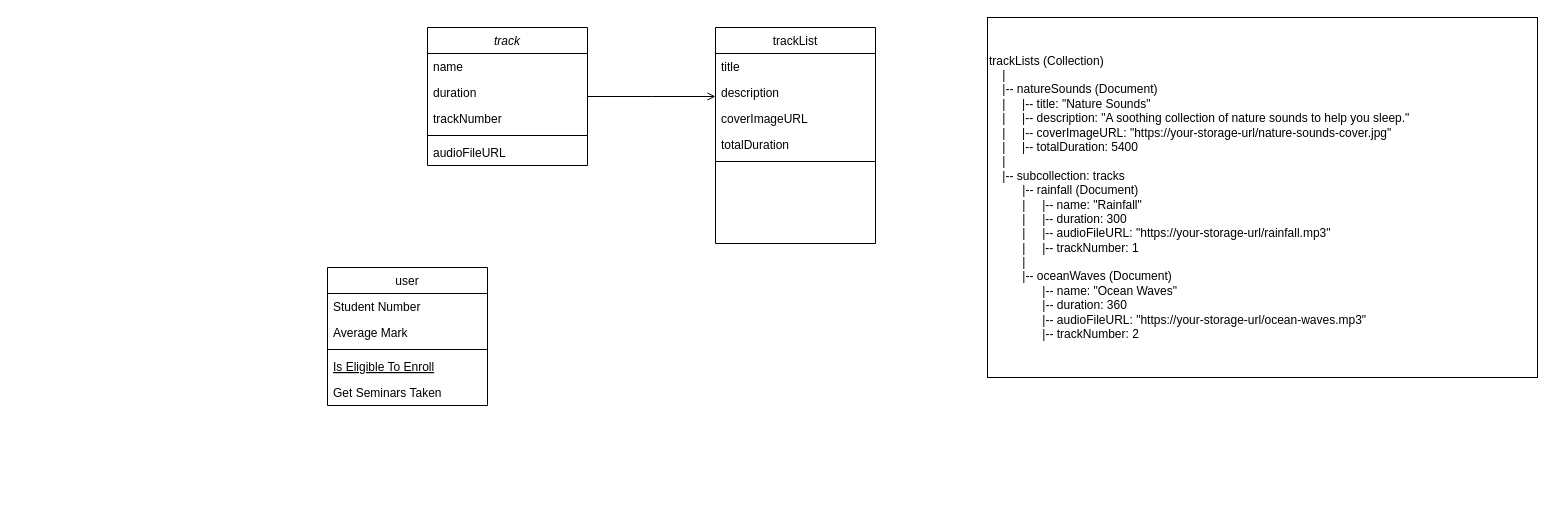
Before: sleepie.drawio in leantom/sleepMusic, a draw.io diagram. Source tidied: cells renumbered, new cells numbered last; positions are measured from the earlier drawing's top-left corner, leaving out a move shared by most shapes. Both pictures are drawn from the tidied source at 100%, with x=0, y=0 at pixel (327, 17).
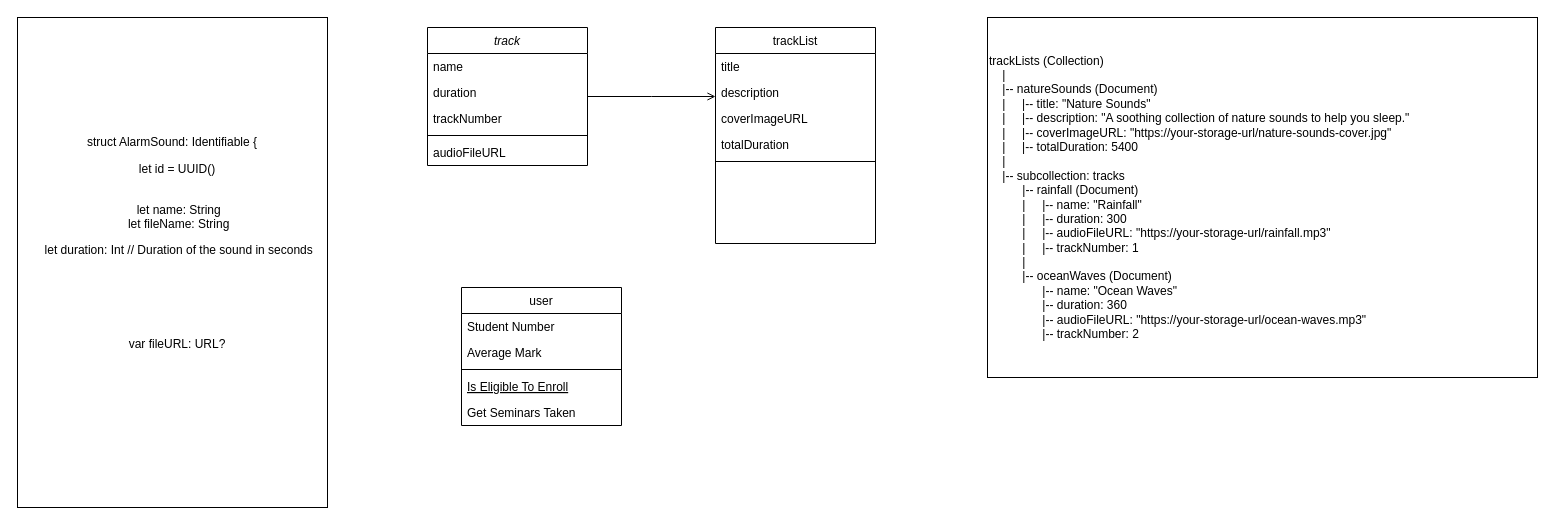
The same page after the edit.

The edit, as a diff of the source:
```diff
@@
     <mxCell id="8" value="user" style="swimlane;fontStyle=0;align=center;verticalAlign=top;horizontal=1;startSize=26;rounded=0;shadow=0;strokeWidth=1;" parent="1" vertex="1">
-      <mxGeometry y="250" width="160" height="138" as="geometry" />
+      <mxGeometry x="134" y="270" width="160" height="138" as="geometry" />
     </mxCell>
@@
+    <mxCell id="22" value="&lt;br&gt;&lt;span class=&quot;s1&quot;&gt;struct&lt;/span&gt; AlarmSound: Identifiable {&lt;br&gt;&lt;p class=&quot;p2&quot;&gt;&lt;span class=&quot;s2&quot;&gt;&lt;span class=&quot;Apple-converted-space&quot;&gt;&amp;nbsp; &amp;nbsp; &lt;/span&gt;&lt;/span&gt;&lt;span class=&quot;s1&quot;&gt;let&lt;/span&gt;&lt;span class=&quot;s2&quot;&gt; id = &lt;/span&gt;&lt;span class=&quot;s3&quot;&gt;UUID&lt;/span&gt;&lt;span class=&quot;s2&quot;&gt;()&amp;nbsp;&lt;/span&gt;&lt;/p&gt;&lt;br&gt;&lt;span class=&quot;Apple-converted-space&quot;&gt;&amp;nbsp; &amp;nbsp; &lt;/span&gt;&lt;span class=&quot;s1&quot;&gt;let&lt;/span&gt; name: &lt;span class=&quot;s3&quot;&gt;String&lt;/span&gt;&lt;br&gt;&lt;span class=&quot;Apple-converted-space&quot;&gt;&amp;nbsp; &amp;nbsp; &lt;/span&gt;&lt;span class=&quot;s1&quot;&gt;let&lt;/span&gt; fileName: &lt;span class=&quot;s3&quot;&gt;String&lt;/span&gt;&lt;br&gt;&lt;p class=&quot;p2&quot;&gt;&lt;span class=&quot;s2&quot;&gt;&lt;span class=&quot;Apple-converted-space&quot;&gt;&amp;nbsp; &amp;nbsp; &lt;/span&gt;&lt;/span&gt;&lt;span class=&quot;s1&quot;&gt;let&lt;/span&gt;&lt;span class=&quot;s2&quot;&gt; duration: &lt;/span&gt;&lt;span class=&quot;s3&quot;&gt;Int&lt;/span&gt;&lt;span class=&quot;s2&quot;&gt; &lt;/span&gt;// Duration of the sound in seconds&lt;/p&gt;&lt;br&gt;&lt;p class=&quot;p3&quot;&gt;&lt;span class=&quot;Apple-converted-space&quot;&gt;&amp;nbsp;&amp;nbsp; &amp;nbsp;&lt;/span&gt;&lt;/p&gt;&lt;br&gt;&lt;span class=&quot;Apple-converted-space&quot;&gt;&amp;nbsp; &amp;nbsp; &lt;/span&gt;&lt;span class=&quot;s1&quot;&gt;var&lt;/span&gt; fileURL: &lt;span class=&quot;s3&quot;&gt;URL&lt;/span&gt;?&amp;nbsp;&lt;br&gt;&lt;p class=&quot;p2&quot;&gt;&lt;br&gt;&lt;/p&gt;&lt;div&gt;&lt;br/&gt;&lt;/div&gt;" style="rounded=0;whiteSpace=wrap;html=1;" parent="1" vertex="1">
+      <mxGeometry x="-310" width="310" height="490" as="geometry" />
+    </mxCell>
```
